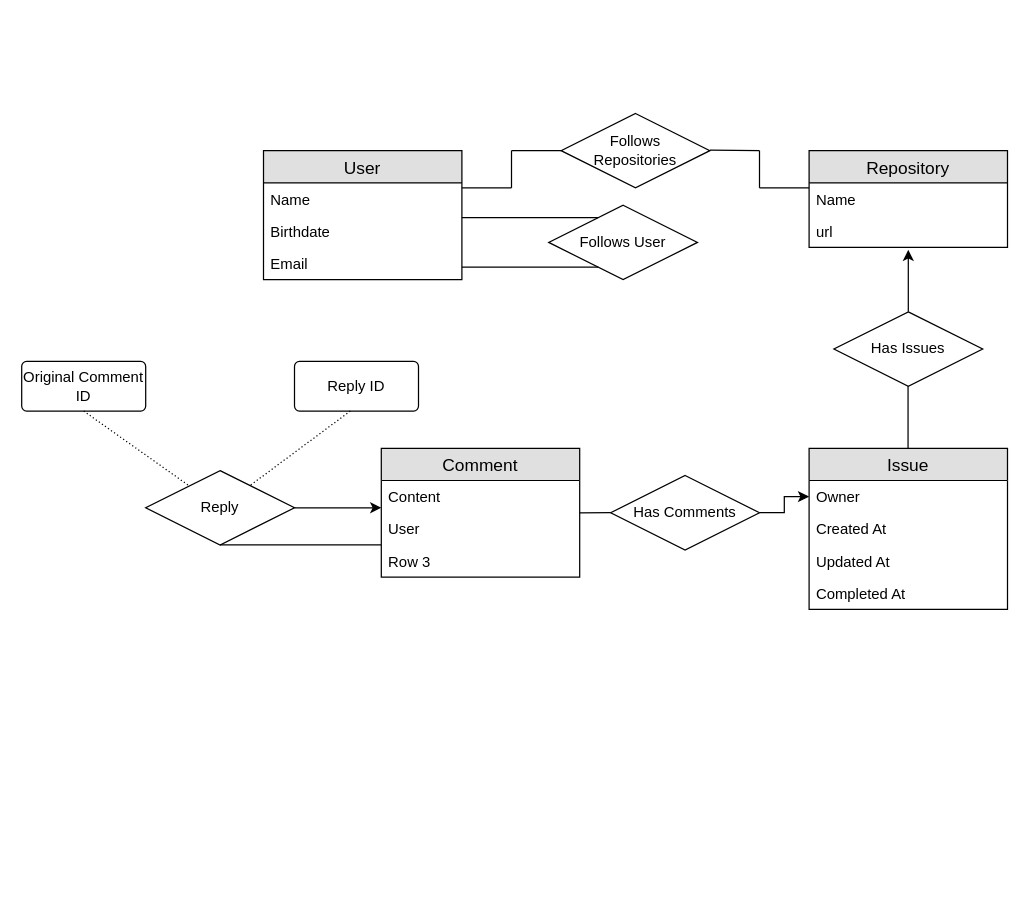
This is entity-relationship-model.drawio from zahin-mohammad/ece356-project, a draw.io file, before an edit. Source tidied: cells renumbered, new cells numbered last; positions are measured from the earlier drawing's top-left corner, leaving out a move shared by most shapes. Both pictures are drawn from the tidied source at 124%, with x=0, y=0 at pixel (21, 113).
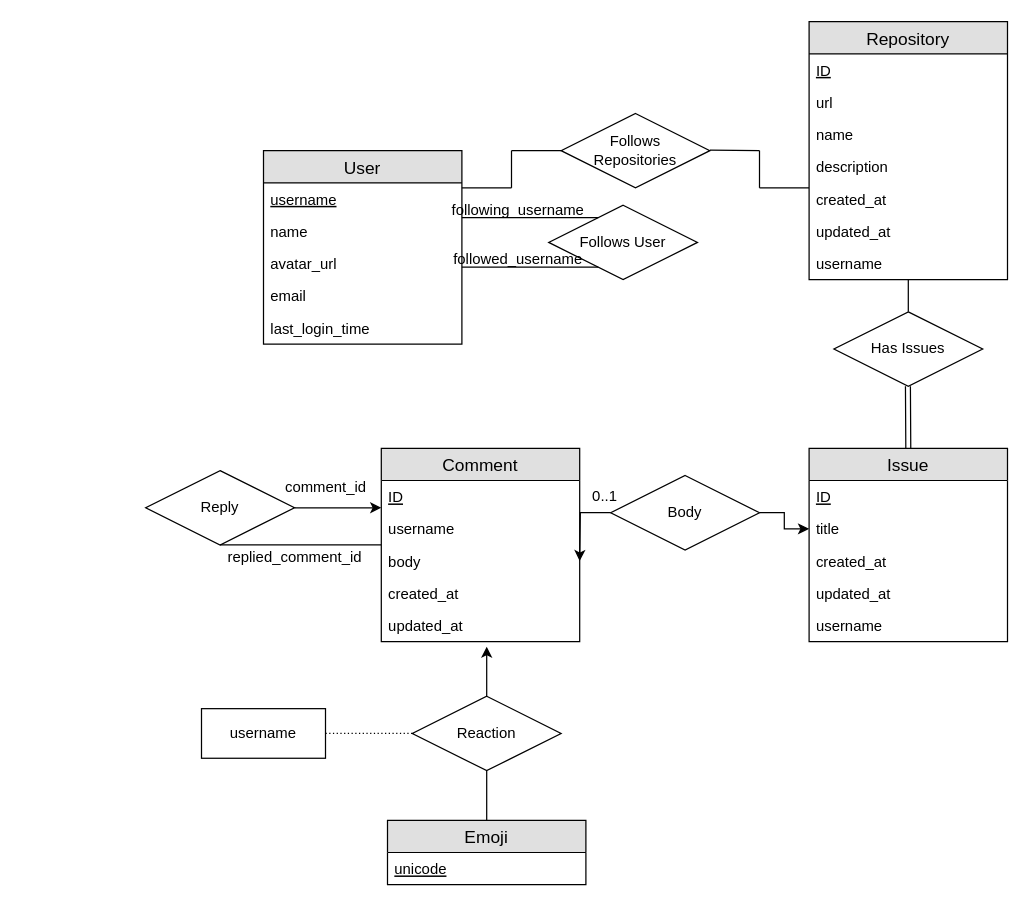
The same diagram, later.

Unchanged cells that the change refers to:
```xml
<mxCell id="28" value="Reply" style="shape=rhombus;perimeter=rhombusPerimeter;whiteSpace=wrap;html=1;align=center;" parent="1" vertex="1">
  <mxGeometry x="100" y="288" width="120" height="60" as="geometry" />
</mxCell>
```

Change to the diagram source:
```diff
@@
     <mxCell id="2" value="User" style="swimlane;fontStyle=0;horizontal=1;startSize=26;fillColor=#e0e0e0;swimlaneFillColor=#ffffff;align=center;fontSize=14;" parent="1" vertex="1">
-      <mxGeometry x="195" y="30" width="160" height="104" as="geometry" />
+      <mxGeometry x="195" y="30" width="160" height="156" as="geometry" />
     </mxCell>
-    <mxCell id="3" value="Name" style="text;strokeColor=none;fillColor=none;spacingLeft=4;spacingRight=4;overflow=hidden;points=[[0,0.5],[1,0.5]];portConstraint=eastwest;fontSize=12;" parent="2" vertex="1">
-      <mxGeometry y="26" width="160" height="26" as="geometry" />
-    </mxCell>
+    <mxCell id="43" value="username" style="text;strokeColor=none;fillColor=none;spacingLeft=4;spacingRight=4;overflow=hidden;fontSize=12;fontStyle=4;" parent="2" vertex="1">
+      <mxGeometry y="26" width="160" height="26" as="geometry" />
+    </mxCell>
+    <mxCell id="44" value="name" style="text;strokeColor=none;fillColor=none;spacingLeft=4;spacingRight=4;overflow=hidden;fontSize=12;" parent="2" vertex="1">
+      <mxGeometry y="52" width="160" height="26" as="geometry" />
+    </mxCell>
-    <mxCell id="4" value="Birthdate" style="text;strokeColor=none;fillColor=none;spacingLeft=4;spacingRight=4;overflow=hidden;fontSize=12;" parent="2" vertex="1">
-      <mxGeometry y="52" width="160" height="26" as="geometry" />
+    <mxCell id="4" value="avatar_url" style="text;strokeColor=none;fillColor=none;spacingLeft=4;spacingRight=4;overflow=hidden;fontSize=12;" parent="2" vertex="1">
+      <mxGeometry y="78" width="160" height="26" as="geometry" />
     </mxCell>
-    <mxCell id="5" value="Email" style="text;strokeColor=none;fillColor=none;spacingLeft=4;spacingRight=4;overflow=hidden;fontSize=12;" parent="2" vertex="1">
-      <mxGeometry y="78" width="160" height="26" as="geometry" />
+    <mxCell id="5" value="email" style="text;strokeColor=none;fillColor=none;spacingLeft=4;spacingRight=4;overflow=hidden;fontSize=12;" parent="2" vertex="1">
+      <mxGeometry y="104" width="160" height="26" as="geometry" />
     </mxCell>
+    <mxCell id="45" value="last_login_time" style="text;strokeColor=none;fillColor=none;spacingLeft=4;spacingRight=4;overflow=hidden;fontSize=12;" parent="2" vertex="1">
+      <mxGeometry y="130" width="160" height="26" as="geometry" />
+    </mxCell>
@@
-    <mxCell id="12" style="endArrow=none;html=1;rounded=0;exitX=1;exitY=0.154;exitDx=0;exitDy=0;exitPerimeter=0;" parent="1" edge="1" source="3">
+    <mxCell id="12" style="endArrow=none;html=1;rounded=0;exitX=1;exitY=0.154;exitDx=0;exitDy=0;exitPerimeter=0;" parent="1" edge="1">
       <mxGeometry relative="1" as="geometry">
+        <mxPoint x="355" y="60" as="sourcePoint" />
         <mxPoint x="395" y="60" as="targetPoint" />
       </mxGeometry>
     </mxCell>
-    <mxCell id="13" value="Repository" style="swimlane;fontStyle=0;horizontal=1;startSize=26;fillColor=#e0e0e0;swimlaneFillColor=#ffffff;align=center;fontSize=14;" parent="1" vertex="1">
-      <mxGeometry x="635" y="30" width="160" height="78" as="geometry" />
-    </mxCell>
-    <mxCell id="14" value="Name" style="text;strokeColor=none;fillColor=none;spacingLeft=4;spacingRight=4;overflow=hidden;fontSize=12;" parent="13" vertex="1">
-      <mxGeometry y="26" width="160" height="26" as="geometry" />
-    </mxCell>
-    <mxCell id="15" value="url" style="text;strokeColor=none;fillColor=none;spacingLeft=4;spacingRight=4;overflow=hidden;fontSize=12;" parent="13" vertex="1">
-      <mxGeometry y="52" width="160" height="26" as="geometry" />
-    </mxCell>
@@
     <mxCell id="19" value="Issue" style="swimlane;fontStyle=0;horizontal=1;startSize=26;fillColor=#e0e0e0;swimlaneFillColor=#ffffff;align=center;fontSize=14;" parent="1" vertex="1">
-      <mxGeometry x="635" y="270" width="160" height="130" as="geometry" />
+      <mxGeometry x="635" y="270" width="160" height="156" as="geometry" />
     </mxCell>
-    <mxCell id="20" value="Owner" style="text;strokeColor=none;fillColor=none;spacingLeft=4;spacingRight=4;overflow=hidden;points=[[0,0.5],[1,0.5]];portConstraint=eastwest;fontSize=12;" parent="19" vertex="1">
+    <mxCell id="20" value="ID" style="text;strokeColor=none;fillColor=none;spacingLeft=4;spacingRight=4;overflow=hidden;points=[[0,0.5],[1,0.5]];portConstraint=eastwest;fontSize=12;fontStyle=4;" parent="19" vertex="1">
       <mxGeometry y="26" width="160" height="26" as="geometry" />
     </mxCell>
-    <mxCell id="21" value="Created At" style="text;strokeColor=none;fillColor=none;spacingLeft=4;spacingRight=4;overflow=hidden;fontSize=12;" parent="19" vertex="1">
-      <mxGeometry y="52" width="160" height="26" as="geometry" />
-    </mxCell>
-    <mxCell id="22" value="Updated At" style="text;strokeColor=none;fillColor=none;spacingLeft=4;spacingRight=4;overflow=hidden;fontSize=12;" parent="19" vertex="1">
-      <mxGeometry y="78" width="160" height="26" as="geometry" />
-    </mxCell>
-    <mxCell id="23" value="Completed At" style="text;strokeColor=none;fillColor=none;spacingLeft=4;spacingRight=4;overflow=hidden;fontSize=12;" parent="19" vertex="1">
-      <mxGeometry y="104" width="160" height="26" as="geometry" />
-    </mxCell>
+    <mxCell id="46" value="title" style="text;strokeColor=none;fillColor=none;spacingLeft=4;spacingRight=4;overflow=hidden;points=[[0,0.5],[1,0.5]];portConstraint=eastwest;fontSize=12;" parent="19" vertex="1">
+      <mxGeometry y="52" width="160" height="26" as="geometry" />
+    </mxCell>
+    <mxCell id="47" value="created_at" style="text;strokeColor=none;fillColor=none;spacingLeft=4;spacingRight=4;overflow=hidden;fontSize=12;" parent="19" vertex="1">
+      <mxGeometry y="78" width="160" height="26" as="geometry" />
+    </mxCell>
+    <mxCell id="48" value="updated_at" style="text;strokeColor=none;fillColor=none;spacingLeft=4;spacingRight=4;overflow=hidden;fontSize=12;" parent="19" vertex="1">
+      <mxGeometry y="104" width="160" height="26" as="geometry" />
+    </mxCell>
+    <mxCell id="49" value="username" style="text;strokeColor=none;fillColor=none;spacingLeft=4;spacingRight=4;overflow=hidden;fontSize=12;" parent="19" vertex="1">
+      <mxGeometry y="130" width="160" height="26" as="geometry" />
+    </mxCell>
@@
-    <mxCell id="26" style="endArrow=none;html=1;rounded=0;" parent="1" edge="1">
-      <mxGeometry relative="1" as="geometry">
-        <mxPoint x="714.8" y="220" as="sourcePoint" />
-        <mxPoint x="714.8" y="270" as="targetPoint" />
-      </mxGeometry>
-    </mxCell>
@@
-    <mxCell id="29" style="endArrow=none;html=1;rounded=0;entryX=0;entryY=0;entryDx=0;entryDy=0;entryPerimeter=0;" parent="1" edge="1" target="33">
+    <mxCell id="29" style="endArrow=none;html=1;rounded=0;entryX=0;entryY=0;entryDx=0;entryDy=0;entryPerimeter=0;" parent="1" edge="1">
       <mxGeometry relative="1" as="geometry">
         <mxPoint x="160" y="348" as="sourcePoint" />
+        <mxPoint x="290" y="348" as="targetPoint" />
       </mxGeometry>
     </mxCell>
     <mxCell id="30" value="Comment" style="swimlane;fontStyle=0;horizontal=1;startSize=26;fillColor=#e0e0e0;swimlaneFillColor=#ffffff;align=center;fontSize=14;" parent="1" vertex="1">
-      <mxGeometry x="290" y="270" width="160" height="104" as="geometry" />
+      <mxGeometry x="290" y="270" width="160" height="156" as="geometry" />
     </mxCell>
-    <mxCell id="31" value="Content" style="text;strokeColor=none;fillColor=none;spacingLeft=4;spacingRight=4;overflow=hidden;points=[[0,0.5],[1,0.5]];portConstraint=eastwest;fontSize=12;" parent="30" vertex="1">
+    <mxCell id="31" value="ID" style="text;strokeColor=none;fillColor=none;spacingLeft=4;spacingRight=4;overflow=hidden;points=[[0,0.5],[1,0.5]];portConstraint=eastwest;fontSize=12;fontStyle=4;" parent="30" vertex="1">
       <mxGeometry y="26" width="160" height="26" as="geometry" />
     </mxCell>
-    <mxCell id="32" value="User" style="text;strokeColor=none;fillColor=none;spacingLeft=4;spacingRight=4;overflow=hidden;points=[[0,0.5],[1,0.5]];portConstraint=eastwest;fontSize=12;" parent="30" vertex="1">
+    <mxCell id="32" value="username" style="text;strokeColor=none;fillColor=none;spacingLeft=4;spacingRight=4;overflow=hidden;points=[[0,0.5],[1,0.5]];portConstraint=eastwest;fontSize=12;" parent="30" vertex="1">
       <mxGeometry y="52" width="160" height="26" as="geometry" />
     </mxCell>
-    <mxCell id="33" value="Row 3" style="text;strokeColor=none;fillColor=none;spacingLeft=4;spacingRight=4;overflow=hidden;points=[[0,0.5],[1,0.5]];portConstraint=eastwest;fontSize=12;" parent="30" vertex="1">
-      <mxGeometry y="78" width="160" height="26" as="geometry" />
-    </mxCell>
-    <mxCell id="34" style="edgeStyle=orthogonalEdgeStyle;rounded=0;jettySize=auto;html=1;" parent="1" edge="1" source="35" target="20">
-      <mxGeometry relative="1" as="geometry" />
-    </mxCell>
+    <mxCell id="50" value="body" style="text;strokeColor=none;fillColor=none;spacingLeft=4;spacingRight=4;overflow=hidden;fontSize=12;" parent="30" vertex="1">
+      <mxGeometry y="78" width="160" height="26" as="geometry" />
+    </mxCell>
+    <mxCell id="51" value="created_at" style="text;strokeColor=none;fillColor=none;spacingLeft=4;spacingRight=4;overflow=hidden;fontSize=12;" parent="30" vertex="1">
+      <mxGeometry y="104" width="160" height="26" as="geometry" />
+    </mxCell>
+    <mxCell id="52" value="updated_at" style="text;strokeColor=none;fillColor=none;spacingLeft=4;spacingRight=4;overflow=hidden;fontSize=12;" parent="30" vertex="1">
+      <mxGeometry y="130" width="160" height="26" as="geometry" />
+    </mxCell>
+    <mxCell id="53" style="edgeStyle=orthogonalEdgeStyle;rounded=0;jettySize=auto;html=1;entryX=0;entryY=0.5;entryDx=0;entryDy=0;" parent="1" edge="1" source="35" target="46">
+      <mxGeometry relative="1" as="geometry" />
+    </mxCell>
+    <mxCell id="54" style="edgeStyle=orthogonalEdgeStyle;rounded=0;jettySize=auto;html=1;entryX=1;entryY=0.5;entryDx=0;entryDy=0;" parent="1" edge="1" source="35">
+      <mxGeometry relative="1" as="geometry">
+        <mxPoint x="450" y="361" as="targetPoint" />
+      </mxGeometry>
+    </mxCell>
-    <mxCell id="35" value="Has Comments" style="shape=rhombus;perimeter=rhombusPerimeter;whiteSpace=wrap;html=1;align=center;" parent="1" vertex="1">
+    <mxCell id="35" value="Body" style="shape=rhombus;perimeter=rhombusPerimeter;whiteSpace=wrap;html=1;align=center;" parent="1" vertex="1">
       <mxGeometry x="475" y="292" width="120" height="60" as="geometry" />
     </mxCell>
-    <mxCell id="36" style="endArrow=none;html=1;rounded=0;entryX=0;entryY=0.5;entryDx=0;entryDy=0;exitX=0.999;exitY=0.003;exitDx=0;exitDy=0;exitPerimeter=0;" parent="1" edge="1" source="32" target="35">
-      <mxGeometry relative="1" as="geometry" />
-    </mxCell>
-    <mxCell id="37" value="Original Comment ID" style="rounded=1;arcSize=10;whiteSpace=wrap;html=1;align=center;" parent="1" vertex="1">
-      <mxGeometry y="200" width="100" height="40" as="geometry" />
-    </mxCell>
-    <mxCell id="38" style="endArrow=none;html=1;rounded=0;dashed=1;dashPattern=1 2;exitX=0.5;exitY=1;exitDx=0;exitDy=0;" parent="1" edge="1" source="37" target="28">
-      <mxGeometry relative="1" as="geometry" />
-    </mxCell>
-    <mxCell id="39" style="html=1;align=right;verticalAlign=bottom;" parent="38" vertex="1">
-      <mxGeometry x="1" relative="1" as="geometry" />
-    </mxCell>
-    <mxCell id="40" value="Reply ID" style="rounded=1;arcSize=10;whiteSpace=wrap;html=1;align=center;" parent="1" vertex="1">
-      <mxGeometry x="220" y="200" width="100" height="40" as="geometry" />
-    </mxCell>
-    <mxCell id="41" style="endArrow=none;html=1;rounded=0;dashed=1;dashPattern=1 2;exitX=0.45;exitY=1;exitDx=0;exitDy=0;exitPerimeter=0;" parent="1" edge="1" source="40" target="28">
-      <mxGeometry relative="1" as="geometry" />
-    </mxCell>
-    <mxCell id="42" style="html=1;align=right;verticalAlign=bottom;" parent="41" vertex="1">
-      <mxGeometry x="1" relative="1" as="geometry" />
-    </mxCell>
+    <mxCell id="55" style="edgeStyle=orthogonalEdgeStyle;rounded=0;jettySize=auto;html=1;" parent="1" edge="1" source="56">
+      <mxGeometry relative="1" as="geometry">
+        <mxPoint x="375" y="430" as="targetPoint" />
+      </mxGeometry>
+    </mxCell>
+    <mxCell id="56" value="Reaction" style="shape=rhombus;perimeter=rhombusPerimeter;whiteSpace=wrap;html=1;align=center;" parent="1" vertex="1">
+      <mxGeometry x="315" y="470" width="120" height="60" as="geometry" />
+    </mxCell>
+    <mxCell id="57" style="endArrow=none;html=1;rounded=0;dashed=1;dashPattern=1 2;" parent="1" edge="1" source="59">
+      <mxGeometry relative="1" as="geometry">
+        <mxPoint x="315" y="500" as="targetPoint" />
+      </mxGeometry>
+    </mxCell>
+    <mxCell id="58" style="html=1;align=right;verticalAlign=bottom;" parent="57" vertex="1">
+      <mxGeometry x="1" relative="1" as="geometry" />
+    </mxCell>
+    <mxCell id="59" value="username" style="whiteSpace=wrap;html=1;align=center;" parent="1" vertex="1">
+      <mxGeometry x="145" y="480" width="100" height="40" as="geometry" />
+    </mxCell>
+    <mxCell id="60" value="following_username" style="text;html=1;align=center;verticalAlign=middle;" parent="1" vertex="1">
+      <mxGeometry x="340" y="68" width="120" height="20" as="geometry" />
+    </mxCell>
+    <mxCell id="61" value="followed_username" style="text;html=1;align=center;verticalAlign=middle;" parent="1" vertex="1">
+      <mxGeometry x="340" y="108" width="120" height="20" as="geometry" />
+    </mxCell>
+    <mxCell id="62" value="comment_id" style="text;html=1;align=center;verticalAlign=middle;" parent="1" vertex="1">
+      <mxGeometry x="205" y="292" width="80" height="20" as="geometry" />
+    </mxCell>
+    <mxCell id="63" value="replied_comment_id" style="text;html=1;align=center;verticalAlign=middle;" parent="1" vertex="1">
+      <mxGeometry x="160" y="348" width="120" height="20" as="geometry" />
+    </mxCell>
+    <mxCell id="64" value="Emoji" style="swimlane;fontStyle=0;horizontal=1;startSize=26;fillColor=#e0e0e0;swimlaneFillColor=#ffffff;align=center;fontSize=14;" parent="1" vertex="1">
+      <mxGeometry x="295" y="570" width="160" height="52" as="geometry" />
+    </mxCell>
+    <mxCell id="65" value="unicode" style="text;strokeColor=none;fillColor=none;spacingLeft=4;spacingRight=4;overflow=hidden;fontSize=12;fontStyle=4;" parent="64" vertex="1">
+      <mxGeometry y="26" width="160" height="26" as="geometry" />
+    </mxCell>
+    <mxCell id="66" style="endArrow=none;html=1;rounded=0;entryX=0.5;entryY=1;entryDx=0;entryDy=0;exitX=0.5;exitY=0;exitDx=0;exitDy=0;" parent="1" edge="1" source="64" target="56">
+      <mxGeometry relative="1" as="geometry" />
+    </mxCell>
+    <mxCell id="67" style="shape=link;html=1;rounded=0;exitX=0.5;exitY=0;exitDx=0;exitDy=0;" parent="1" edge="1" source="19">
+      <mxGeometry relative="1" as="geometry">
+        <mxPoint x="714.7" y="220" as="targetPoint" />
+      </mxGeometry>
+    </mxCell>
+    <mxCell id="13" value="Repository" style="swimlane;fontStyle=0;horizontal=1;startSize=26;fillColor=#e0e0e0;swimlaneFillColor=#ffffff;align=center;fontSize=14;" parent="1" vertex="1">
+      <mxGeometry x="635" y="-74" width="160" height="208" as="geometry" />
+    </mxCell>
+    <mxCell id="14" value="ID" style="text;strokeColor=none;fillColor=none;spacingLeft=4;spacingRight=4;overflow=hidden;fontSize=12;fontStyle=4;" parent="13" vertex="1">
+      <mxGeometry y="26" width="160" height="26" as="geometry" />
+    </mxCell>
+    <mxCell id="15" value="url" style="text;strokeColor=none;fillColor=none;spacingLeft=4;spacingRight=4;overflow=hidden;fontSize=12;" parent="13" vertex="1">
+      <mxGeometry y="52" width="160" height="26" as="geometry" />
+    </mxCell>
+    <mxCell id="68" value="name" style="text;strokeColor=none;fillColor=none;spacingLeft=4;spacingRight=4;overflow=hidden;fontSize=12;" parent="13" vertex="1">
+      <mxGeometry y="78" width="160" height="26" as="geometry" />
+    </mxCell>
+    <mxCell id="69" value="description" style="text;strokeColor=none;fillColor=none;spacingLeft=4;spacingRight=4;overflow=hidden;fontSize=12;" parent="13" vertex="1">
+      <mxGeometry y="104" width="160" height="26" as="geometry" />
+    </mxCell>
+    <mxCell id="70" value="created_at" style="text;strokeColor=none;fillColor=none;spacingLeft=4;spacingRight=4;overflow=hidden;fontSize=12;" parent="13" vertex="1">
+      <mxGeometry y="130" width="160" height="26" as="geometry" />
+    </mxCell>
+    <mxCell id="71" value="updated_at" style="text;strokeColor=none;fillColor=none;spacingLeft=4;spacingRight=4;overflow=hidden;fontSize=12;" parent="13" vertex="1">
+      <mxGeometry y="156" width="160" height="26" as="geometry" />
+    </mxCell>
+    <mxCell id="72" value="username" style="text;strokeColor=none;fillColor=none;spacingLeft=4;spacingRight=4;overflow=hidden;fontSize=12;" parent="13" vertex="1">
+      <mxGeometry y="182" width="160" height="26" as="geometry" />
+    </mxCell>
+    <mxCell id="73" value="0..1" style="text;html=1;align=center;verticalAlign=middle;" parent="1" vertex="1">
+      <mxGeometry x="450" y="299" width="40" height="20" as="geometry" />
+    </mxCell>
```
